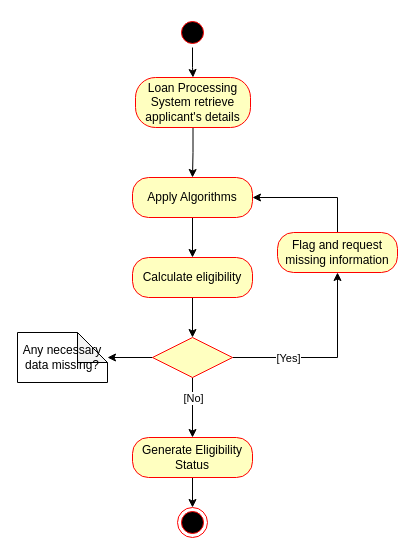
Above: Loan Eligibility Calculation Activity Diagram.drawio in AjnaNushi/drawio (draw.io), before the change. Source tidied: cells renumbered, new cells numbered last; positions are measured from the earlier drawing's top-left corner, leaving out a move shared by most shapes. Both pictures are drawn from the tidied source at 100%, with x=0, y=0 at pixel (17, 17).
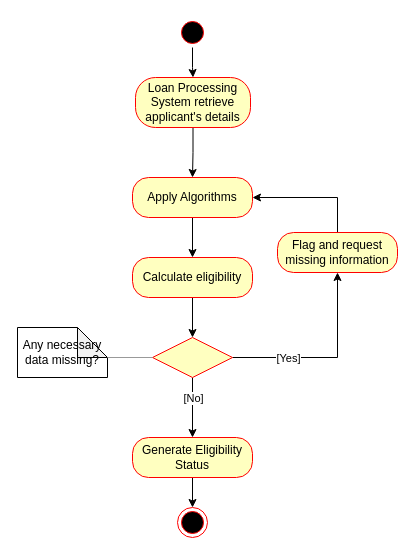
After the change.

Unchanged cells that the change refers to:
```xml
<mxCell id="15" style="rhombus;whiteSpace=wrap;html=1;fontColor=#000000;fillColor=#ffffc0;strokeColor=#ff0000;" parent="1" vertex="1">
  <mxGeometry x="135" y="320" width="80" height="40" as="geometry" />
</mxCell>
```

What changed in the source:
```diff
@@
-    <mxCell id="10" style="edgeStyle=orthogonalEdgeStyle;rounded=0;jettySize=auto;html=1;" parent="1" edge="1" source="15" target="16">
-      <mxGeometry relative="1" as="geometry" />
-    </mxCell>
@@
     <mxCell id="16" value="Any necessary data missing?" style="shape=note;whiteSpace=wrap;html=1;backgroundOutline=1;darkOpacity=0.05;" parent="1" vertex="1">
-      <mxGeometry y="315" width="90" height="50" as="geometry" />
+      <mxGeometry y="310" width="90" height="50" as="geometry" />
     </mxCell>
@@
+    <mxCell id="22" style="verticalLabelPosition=bottom;shadow=0;dashed=0;align=center;html=1;verticalAlign=top;strokeWidth=1;shape=mxgraph.mockup.markup.line;strokeColor=#999999;" parent="1" vertex="1">
+      <mxGeometry x="90" y="330" width="45" height="20" as="geometry" />
+    </mxCell>
```
